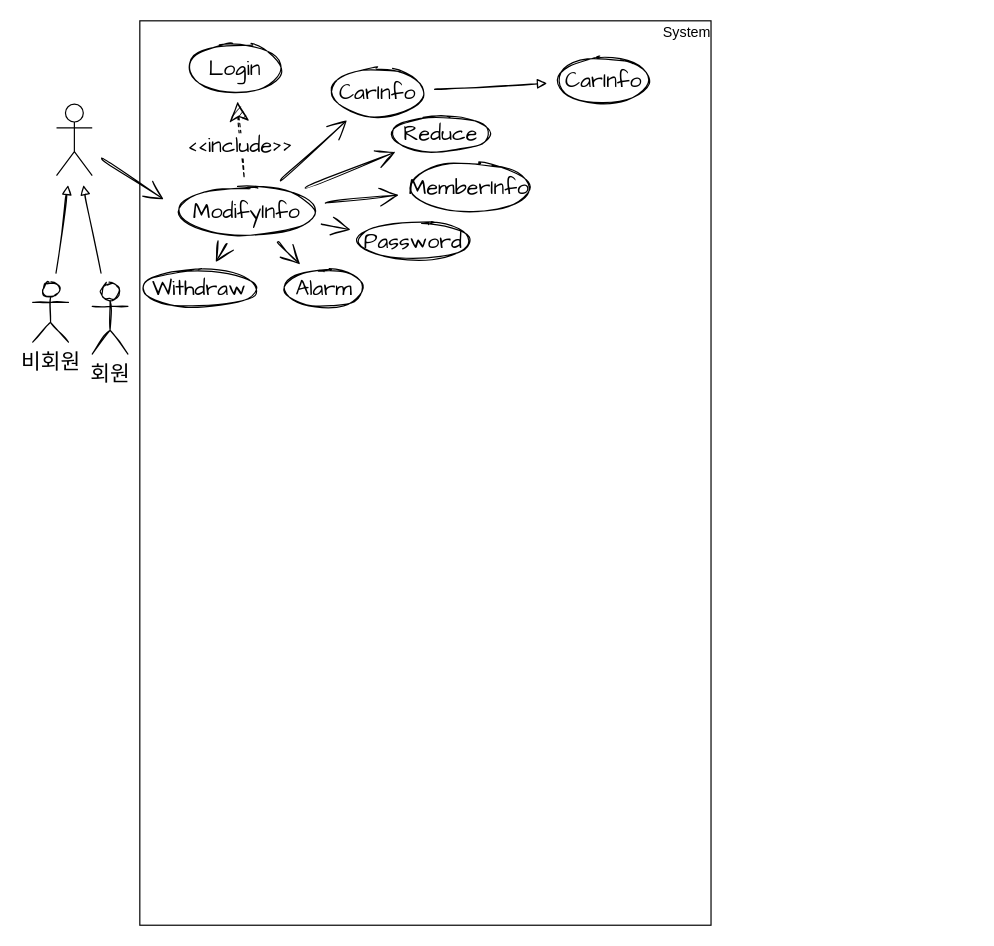
This is Untitled Diagram.drawio from esunsoft2020/GitHubTest, a draw.io file, before an edit. Source tidied: cells renumbered, new cells numbered last; positions are measured from the earlier drawing's top-left corner, leaving out a move shared by most shapes. Both pictures are drawn from the tidied source at 119%, with x=0, y=0 at pixel (32, 20).
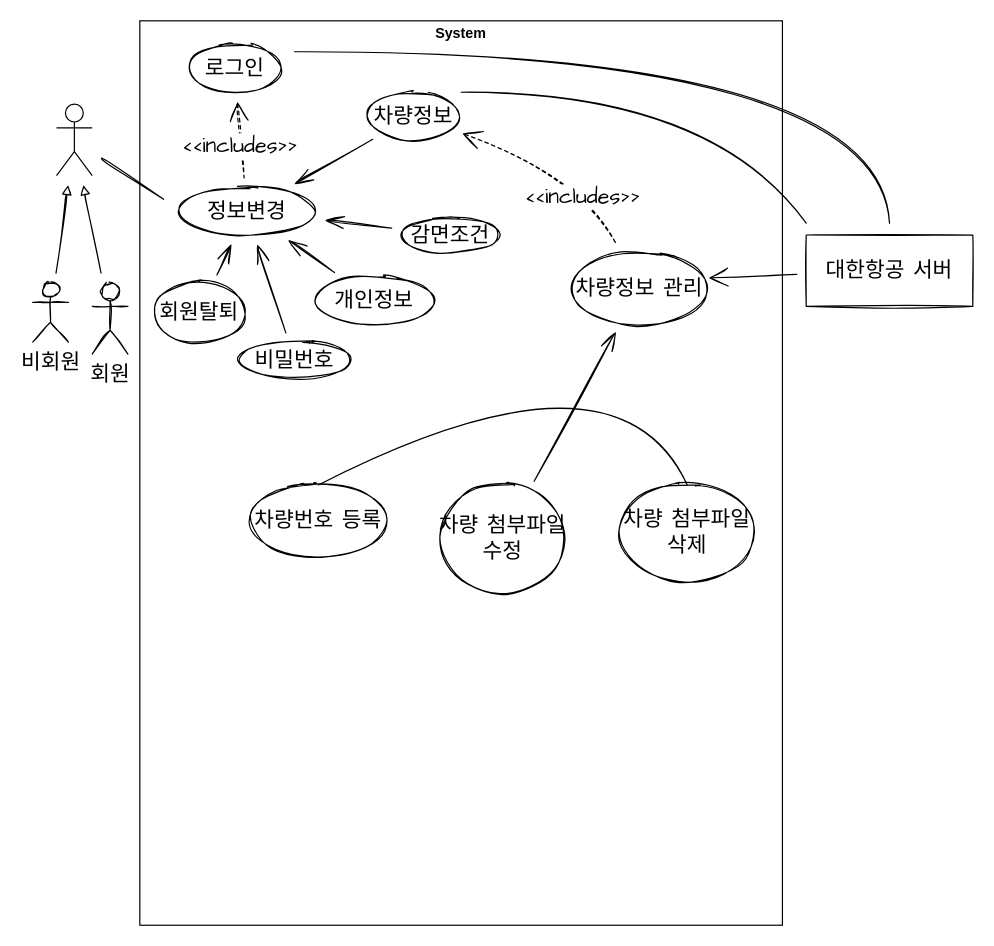
The same diagram, later.

The change refers to these unchanged cells:
```xml
<mxCell id="6" style="shape=umlActor;verticalLabelPosition=bottom;verticalAlign=top;html=1;outlineConnect=0;hachureGap=4;" parent="1" vertex="1">
  <mxGeometry x="20" y="70" width="30" height="60" as="geometry" />
</mxCell>
```

Change to the diagram source:
```diff
@@
     <mxCell id="2" style="rounded=0;whiteSpace=wrap;html=1;hachureGap=4;" parent="1" vertex="1">
-      <mxGeometry x="90" width="480" height="760" as="geometry" />
+      <mxGeometry x="90" width="540" height="760" as="geometry" />
     </mxCell>
-    <mxCell id="3" style="edgeStyle=none;curved=1;rounded=0;sketch=1;jettySize=auto;html=1;fontFamily=Architects Daughter;fontSize=20;endArrow=open;startSize=14;endSize=14;sourcePerimeterSpacing=8;targetPerimeterSpacing=8;" parent="1" edge="1" source="6">
+    <mxCell id="3" style="edgeStyle=none;curved=1;rounded=0;sketch=1;jettySize=auto;html=1;fontFamily=Architects Daughter;fontSize=20;endArrow=none;startSize=14;endSize=14;sourcePerimeterSpacing=8;targetPerimeterSpacing=8;endFill=0;" parent="1" edge="1" source="6">
       <mxGeometry relative="1" as="geometry">
         <mxPoint x="110" y="150" as="targetPoint" />
       </mxGeometry>
     </mxCell>
@@
-    <mxCell id="7" value="System" style="text;html=1;strokeColor=none;fillColor=none;align=center;verticalAlign=middle;whiteSpace=wrap;rounded=0;hachureGap=4;" parent="1" vertex="1">
-      <mxGeometry x="530" width="40" height="20" as="geometry" />
+    <mxCell id="7" value="&lt;b&gt;System&lt;/b&gt;" style="text;html=1;strokeColor=none;fillColor=none;align=center;verticalAlign=middle;whiteSpace=wrap;rounded=0;hachureGap=4;" parent="1" vertex="1">
+      <mxGeometry x="340" y="1" width="40" height="20" as="geometry" />
     </mxCell>
-    <mxCell id="8" style="edgeStyle=none;curved=1;rounded=0;sketch=1;jettySize=auto;html=1;fontFamily=Architects Daughter;fontSize=20;endArrow=none;startSize=14;endSize=14;sourcePerimeterSpacing=8;targetPerimeterSpacing=8;startArrow=classic;startFill=1;dashed=1;endFill=0;" parent="1" edge="1" source="10" target="17">
+    <mxCell id="8" style="edgeStyle=none;curved=1;rounded=0;sketch=1;jettySize=auto;html=1;fontFamily=Architects Daughter;fontSize=20;endArrow=none;startSize=14;endSize=14;sourcePerimeterSpacing=8;targetPerimeterSpacing=8;startArrow=open;startFill=0;dashed=1;endFill=0;" parent="1" edge="1" source="10" target="17">
       <mxGeometry relative="1" as="geometry" />
     </mxCell>
-    <mxCell id="9" value="&amp;lt;&amp;lt;include&amp;gt;&amp;gt;" style="edgeLabel;html=1;align=center;verticalAlign=middle;fontSize=18;fontFamily=Architects Daughter;" parent="8" vertex="1">
+    <mxCell id="9" value="&amp;lt;&amp;lt;includes&amp;gt;&amp;gt;" style="edgeLabel;html=1;align=center;verticalAlign=middle;fontSize=18;fontFamily=Architects Daughter;" parent="8" vertex="1">
       <mxGeometry x="0.12" y="-2" relative="1" as="geometry" />
     </mxCell>
-    <mxCell id="10" value="Login" style="ellipse;whiteSpace=wrap;html=1;sketch=1;hachureGap=4;fontFamily=Architects Daughter;fontSize=18;" parent="1" vertex="1">
+    <mxCell id="10" value="로그인" style="ellipse;whiteSpace=wrap;html=1;sketch=1;hachureGap=4;fontFamily=Architects Daughter;fontSize=18;" parent="1" vertex="1">
       <mxGeometry x="130" y="20" width="80" height="40" as="geometry" />
     </mxCell>
-    <mxCell id="11" style="edgeStyle=none;curved=1;rounded=0;sketch=1;jettySize=auto;html=1;fontFamily=Architects Daughter;fontSize=20;endArrow=open;startSize=14;endSize=14;sourcePerimeterSpacing=8;targetPerimeterSpacing=8;" parent="1" edge="1" source="17" target="19">
+    <mxCell id="11" style="edgeStyle=none;curved=1;rounded=0;sketch=1;jettySize=auto;html=1;fontFamily=Architects Daughter;fontSize=20;endArrow=none;startSize=14;endSize=14;sourcePerimeterSpacing=8;targetPerimeterSpacing=8;startArrow=openThin;startFill=0;endFill=0;" parent="1" edge="1" source="17" target="19">
       <mxGeometry relative="1" as="geometry" />
     </mxCell>
-    <mxCell id="12" style="edgeStyle=none;curved=1;rounded=0;sketch=1;jettySize=auto;html=1;fontFamily=Architects Daughter;fontSize=20;endArrow=open;startSize=14;endSize=14;sourcePerimeterSpacing=8;targetPerimeterSpacing=8;" parent="1" edge="1" source="17" target="20">
+    <mxCell id="12" style="edgeStyle=none;curved=1;rounded=0;sketch=1;jettySize=auto;html=1;fontFamily=Architects Daughter;fontSize=20;endArrow=none;startSize=14;endSize=14;sourcePerimeterSpacing=8;targetPerimeterSpacing=8;startArrow=openThin;startFill=0;endFill=0;" parent="1" edge="1" source="17" target="20">
       <mxGeometry relative="1" as="geometry" />
     </mxCell>
-    <mxCell id="13" style="edgeStyle=none;curved=1;rounded=0;sketch=1;jettySize=auto;html=1;fontFamily=Architects Daughter;fontSize=20;endArrow=open;startSize=14;endSize=14;sourcePerimeterSpacing=8;targetPerimeterSpacing=8;" parent="1" edge="1" source="17" target="21">
+    <mxCell id="13" style="edgeStyle=none;curved=1;rounded=0;sketch=1;jettySize=auto;html=1;fontFamily=Architects Daughter;fontSize=20;endArrow=none;startSize=14;endSize=14;sourcePerimeterSpacing=8;targetPerimeterSpacing=8;startArrow=openThin;startFill=0;endFill=0;" parent="1" edge="1" source="17" target="21">
       <mxGeometry relative="1" as="geometry" />
     </mxCell>
-    <mxCell id="14" style="edgeStyle=none;curved=1;rounded=0;sketch=1;jettySize=auto;html=1;fontFamily=Architects Daughter;fontSize=20;endArrow=open;startSize=14;endSize=14;sourcePerimeterSpacing=8;targetPerimeterSpacing=8;" parent="1" edge="1" source="17" target="22">
+    <mxCell id="14" style="edgeStyle=none;curved=1;rounded=0;sketch=1;jettySize=auto;html=1;fontFamily=Architects Daughter;fontSize=20;endArrow=none;startSize=14;endSize=14;sourcePerimeterSpacing=8;targetPerimeterSpacing=8;startArrow=openThin;startFill=0;endFill=0;" parent="1" edge="1" source="17" target="22">
       <mxGeometry relative="1" as="geometry" />
     </mxCell>
-    <mxCell id="15" style="edgeStyle=none;curved=1;rounded=0;sketch=1;jettySize=auto;html=1;fontFamily=Architects Daughter;fontSize=20;endArrow=open;startSize=14;endSize=14;sourcePerimeterSpacing=8;targetPerimeterSpacing=8;" parent="1" edge="1" source="17" target="23">
-      <mxGeometry relative="1" as="geometry" />
-    </mxCell>
-    <mxCell id="16" style="edgeStyle=none;curved=1;rounded=0;sketch=1;jettySize=auto;html=1;fontFamily=Architects Daughter;fontSize=20;endArrow=open;startSize=14;endSize=14;sourcePerimeterSpacing=8;targetPerimeterSpacing=8;" parent="1" edge="1" source="17" target="24">
+    <mxCell id="16" style="edgeStyle=none;curved=1;rounded=0;sketch=1;jettySize=auto;html=1;fontFamily=Architects Daughter;fontSize=20;endArrow=none;startSize=14;endSize=14;sourcePerimeterSpacing=8;targetPerimeterSpacing=8;startArrow=openThin;startFill=0;endFill=0;" parent="1" edge="1" source="17" target="24">
       <mxGeometry relative="1" as="geometry" />
     </mxCell>
-    <mxCell id="17" value="ModifyInfo" style="ellipse;whiteSpace=wrap;html=1;sketch=1;hachureGap=4;fontFamily=Architects Daughter;fontSize=18;" parent="1" vertex="1">
+    <mxCell id="17" value="정보변경" style="ellipse;whiteSpace=wrap;html=1;sketch=1;hachureGap=4;fontFamily=Architects Daughter;fontSize=18;" parent="1" vertex="1">
       <mxGeometry x="120" y="140" width="120" height="40" as="geometry" />
     </mxCell>
-    <mxCell id="18" style="edgeStyle=none;sketch=1;jettySize=auto;html=1;fontFamily=Architects Daughter;fontSize=20;endArrow=block;sourcePerimeterSpacing=8;targetPerimeterSpacing=8;curved=1;startArrow=none;startFill=0;endFill=0;" parent="1" edge="1" source="19" target="25">
-      <mxGeometry relative="1" as="geometry" />
-    </mxCell>
+    <mxCell id="28" style="edgeStyle=none;sketch=1;orthogonalLoop=1;jettySize=auto;html=1;fontFamily=Architects Daughter;fontSize=20;startArrow=none;startFill=0;endArrow=none;endFill=0;sourcePerimeterSpacing=8;targetPerimeterSpacing=8;curved=1;" parent="1" edge="1">
+      <mxGeometry relative="1" as="geometry">
+        <mxPoint x="220" y="26" as="sourcePoint" />
+        <mxPoint x="720" y="170" as="targetPoint" />
+        <Array as="points">
+          <mxPoint x="710" y="26" />
+        </Array>
+      </mxGeometry>
+    </mxCell>
+    <mxCell id="29" style="edgeStyle=none;curved=1;sketch=1;jettySize=auto;html=1;fontFamily=Architects Daughter;fontSize=20;startArrow=open;startFill=0;endArrow=none;endFill=0;sourcePerimeterSpacing=8;targetPerimeterSpacing=8;dashed=1;endSize=14;startSize=14;" parent="1" edge="1" source="19" target="35">
+      <mxGeometry relative="1" as="geometry">
+        <Array as="points">
+          <mxPoint x="460" y="130" />
+        </Array>
+      </mxGeometry>
+    </mxCell>
+    <mxCell id="30" value="&amp;lt;&amp;lt;includes&amp;gt;&amp;gt;" style="edgeLabel;html=1;align=center;verticalAlign=middle;fontSize=18;fontFamily=Architects Daughter;" parent="29" vertex="1">
+      <mxGeometry x="0.41" y="-7" relative="1" as="geometry" />
+    </mxCell>
-    <mxCell id="19" value="CarInfo" style="ellipse;whiteSpace=wrap;html=1;sketch=1;hachureGap=4;fontFamily=Architects Daughter;fontSize=18;" parent="1" vertex="1">
-      <mxGeometry x="250" y="40" width="80" height="40" as="geometry" />
+    <mxCell id="19" value="차량정보" style="ellipse;whiteSpace=wrap;html=1;sketch=1;hachureGap=4;fontFamily=Architects Daughter;fontSize=18;" parent="1" vertex="1">
+      <mxGeometry x="280" y="60" width="80" height="40" as="geometry" />
     </mxCell>
-    <mxCell id="20" value="Reduce" style="ellipse;whiteSpace=wrap;html=1;sketch=1;hachureGap=4;fontFamily=Architects Daughter;fontSize=18;" parent="1" vertex="1">
-      <mxGeometry x="300" y="80" width="86" height="30" as="geometry" />
+    <mxCell id="20" value="감면조건" style="ellipse;whiteSpace=wrap;html=1;sketch=1;hachureGap=4;fontFamily=Architects Daughter;fontSize=18;" parent="1" vertex="1">
+      <mxGeometry x="308" y="165" width="86" height="30" as="geometry" />
     </mxCell>
-    <mxCell id="21" value="MemberInfo" style="ellipse;whiteSpace=wrap;html=1;sketch=1;hachureGap=4;fontFamily=Architects Daughter;fontSize=18;" parent="1" vertex="1">
-      <mxGeometry x="314" y="120" width="106" height="40" as="geometry" />
+    <mxCell id="21" value="개인정보" style="ellipse;whiteSpace=wrap;html=1;sketch=1;hachureGap=4;fontFamily=Architects Daughter;fontSize=18;" parent="1" vertex="1">
+      <mxGeometry x="234" y="215" width="106" height="40" as="geometry" />
     </mxCell>
-    <mxCell id="22" value="Password" style="ellipse;whiteSpace=wrap;html=1;sketch=1;hachureGap=4;fontFamily=Architects Daughter;fontSize=18;" parent="1" vertex="1">
-      <mxGeometry x="270" y="170" width="100" height="30" as="geometry" />
+    <mxCell id="22" value="비밀번호" style="ellipse;whiteSpace=wrap;html=1;sketch=1;hachureGap=4;fontFamily=Architects Daughter;fontSize=18;" parent="1" vertex="1">
+      <mxGeometry x="170" y="270" width="100" height="30" as="geometry" />
     </mxCell>
-    <mxCell id="23" value="Alarm" style="ellipse;whiteSpace=wrap;html=1;sketch=1;hachureGap=4;fontFamily=Architects Daughter;fontSize=18;" parent="1" vertex="1">
-      <mxGeometry x="210" y="210" width="70" height="30" as="geometry" />
-    </mxCell>
-    <mxCell id="24" value="Withdraw" style="ellipse;whiteSpace=wrap;html=1;sketch=1;hachureGap=4;fontFamily=Architects Daughter;fontSize=18;" parent="1" vertex="1">
-      <mxGeometry x="90" y="210" width="100" height="30" as="geometry" />
+    <mxCell id="24" value="회원탈퇴" style="ellipse;whiteSpace=wrap;html=1;sketch=1;hachureGap=4;fontFamily=Architects Daughter;fontSize=18;" parent="1" vertex="1">
+      <mxGeometry x="100" y="220" width="80" height="50" as="geometry" />
     </mxCell>
-    <mxCell id="25" value="CarInfo" style="ellipse;whiteSpace=wrap;html=1;sketch=1;hachureGap=4;fontFamily=Architects Daughter;fontSize=18;" parent="1" vertex="1">
-      <mxGeometry x="440" y="30" width="80" height="40" as="geometry" />
-    </mxCell>
@@
+    <mxCell id="31" style="edgeStyle=none;curved=1;sketch=1;jettySize=auto;html=1;entryX=0.983;entryY=0.35;entryDx=0;entryDy=0;entryPerimeter=0;fontFamily=Architects Daughter;fontSize=20;startArrow=none;startFill=0;endArrow=open;endFill=0;startSize=14;endSize=14;sourcePerimeterSpacing=8;targetPerimeterSpacing=8;" parent="1" edge="1" source="32" target="35">
+      <mxGeometry relative="1" as="geometry" />
+    </mxCell>
+    <mxCell id="32" value="대한항공 서버" style="rounded=0;whiteSpace=wrap;html=1;sketch=1;hachureGap=4;fontFamily=Architects Daughter;fontSize=18;" parent="1" vertex="1">
+      <mxGeometry x="650" y="180" width="140" height="60" as="geometry" />
+    </mxCell>
+    <mxCell id="33" style="edgeStyle=none;orthogonalLoop=1;jettySize=auto;html=1;endArrow=none;sourcePerimeterSpacing=8;targetPerimeterSpacing=8;fontSize=16;sketch=1;curved=1;rounded=0;fontFamily=Architects Daughter;startSize=14;endSize=14;endFill=0;" parent="1" edge="1">
+      <mxGeometry relative="1" as="geometry">
+        <mxPoint x="360" y="60" as="sourcePoint" />
+        <mxPoint x="650" y="170" as="targetPoint" />
+        <Array as="points">
+          <mxPoint x="570" y="60" />
+        </Array>
+      </mxGeometry>
+    </mxCell>
+    <mxCell id="34" style="edgeStyle=none;curved=1;sketch=1;jettySize=auto;html=1;fontFamily=Architects Daughter;fontSize=20;startArrow=openThin;startFill=0;endArrow=none;endFill=0;startSize=14;endSize=14;sourcePerimeterSpacing=8;targetPerimeterSpacing=8;" parent="1" edge="1" source="35" target="36">
+      <mxGeometry relative="1" as="geometry" />
+    </mxCell>
+    <mxCell id="35" value="차량정보 관리" style="ellipse;whiteSpace=wrap;html=1;sketch=1;hachureGap=4;fontFamily=Architects Daughter;fontSize=18;" parent="1" vertex="1">
+      <mxGeometry x="450" y="195" width="120" height="60" as="geometry" />
+    </mxCell>
+    <mxCell id="36" value="차량 첨부파일 수정" style="ellipse;whiteSpace=wrap;html=1;sketch=1;hachureGap=4;fontFamily=Architects Daughter;fontSize=18;" parent="1" vertex="1">
+      <mxGeometry x="340" y="390" width="110" height="90" as="geometry" />
+    </mxCell>
+    <mxCell id="37" value="차량 첨부파일 삭제" style="ellipse;whiteSpace=wrap;html=1;sketch=1;hachureGap=4;fontFamily=Architects Daughter;fontSize=18;" parent="1" vertex="1">
+      <mxGeometry x="490" y="390" width="120" height="80" as="geometry" />
+    </mxCell>
+    <mxCell id="38" value="차량번호 등록" style="ellipse;whiteSpace=wrap;html=1;sketch=1;hachureGap=4;fontFamily=Architects Daughter;fontSize=18;" parent="1" vertex="1">
+      <mxGeometry x="180" y="390" width="120" height="60" as="geometry" />
+    </mxCell>
+    <mxCell id="39" style="edgeStyle=none;jettySize=auto;html=1;endArrow=none;sourcePerimeterSpacing=8;targetPerimeterSpacing=8;fontSize=16;sketch=1;curved=1;rounded=0;fontFamily=Architects Daughter;startSize=14;endSize=14;endFill=0;entryX=0.5;entryY=0;entryDx=0;entryDy=0;exitX=0.5;exitY=0;exitDx=0;exitDy=0;" parent="1" edge="1" source="38" target="37">
+      <mxGeometry relative="1" as="geometry">
+        <Array as="points">
+          <mxPoint x="490" y="260" />
+        </Array>
+      </mxGeometry>
+    </mxCell>
```
